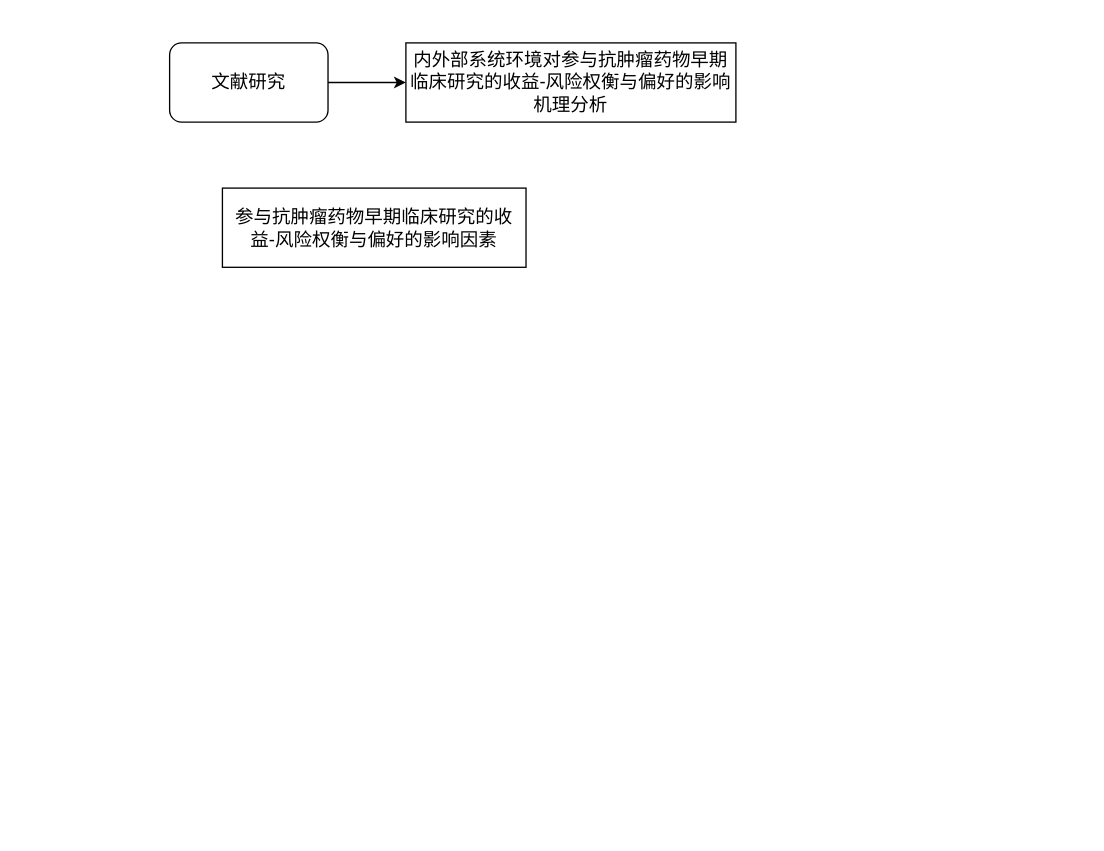
The draw.io diagram 总体流程图.drawio in linger9085/hello-world, before the edit. Source tidied: cells renumbered, new cells numbered last; positions are measured from the earlier drawing's top-left corner, leaving out a move shared by most shapes. Both pictures are drawn from the tidied source at 132%, with x=0, y=0 at pixel (169, 42).
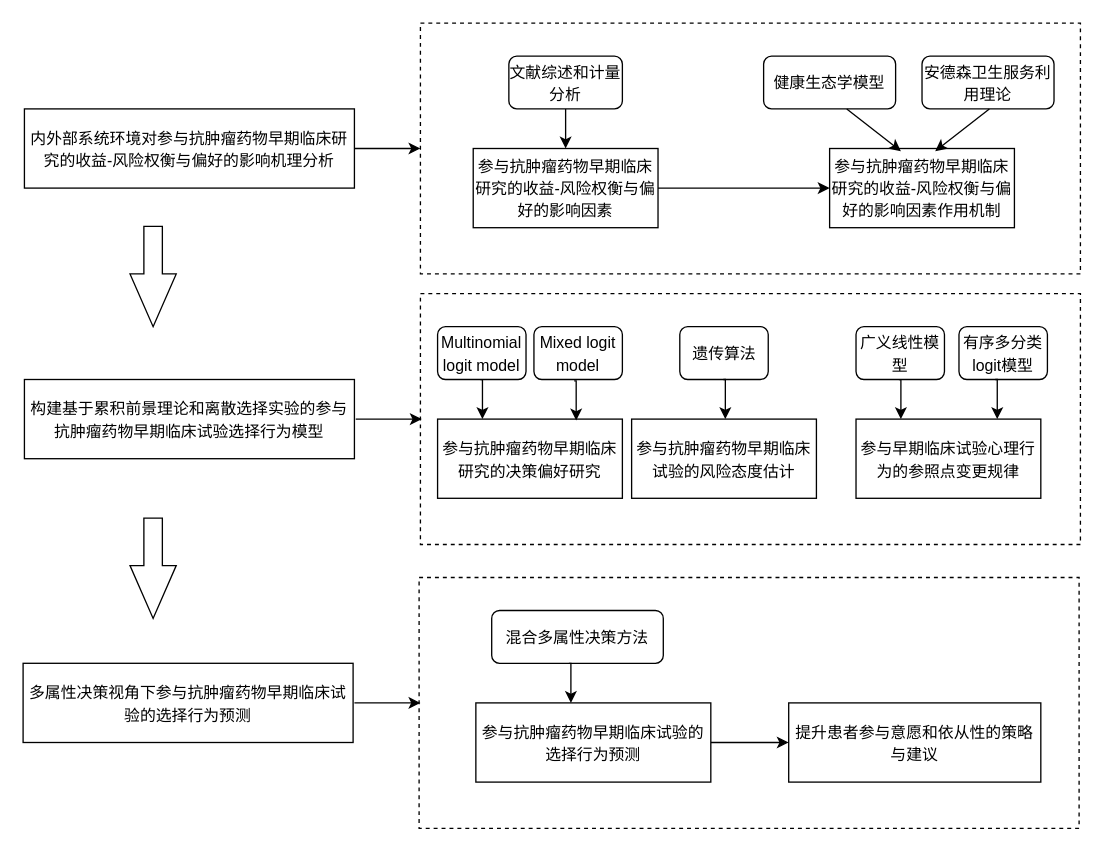
After the change.

Commit message (it also covers changes not shown here):
更新总体流程图.drawio

What changed in the source:
```diff
@@
-    <mxCell id="2" style="edgeStyle=orthogonalEdgeStyle;rounded=0;jettySize=auto;html=1;exitX=1;exitY=0.5;exitDx=0;exitDy=0;entryX=0;entryY=0.5;entryDx=0;entryDy=0;" parent="1" edge="1" source="3" target="4">
-      <mxGeometry relative="1" as="geometry" />
-    </mxCell>
+    <mxCell id="6" style="rounded=0;whiteSpace=wrap;html=1;dashed=1;" parent="1" vertex="1">
+      <mxGeometry x="190" y="190" width="500" height="190" as="geometry" />
+    </mxCell>
+    <mxCell id="7" style="rounded=0;whiteSpace=wrap;html=1;dashed=1;" parent="1" vertex="1">
+      <mxGeometry x="190" y="-15" width="500" height="190" as="geometry" />
+    </mxCell>
+    <mxCell id="8" style="edgeStyle=orthogonalEdgeStyle;rounded=0;jettySize=auto;html=1;" parent="1" edge="1" source="3" target="5">
+      <mxGeometry relative="1" as="geometry" />
+    </mxCell>
-    <mxCell id="3" value="文献研究" style="rounded=1;whiteSpace=wrap;html=1;fontSize=14;" parent="1" vertex="1">
-      <mxGeometry width="120" height="60" as="geometry" />
+    <mxCell id="3" value="&lt;font style=&quot;font-size: 12px;&quot;&gt;文献综述和计量分析&lt;/font&gt;" style="rounded=1;whiteSpace=wrap;html=1;fontSize=14;" parent="1" vertex="1">
+      <mxGeometry x="257" y="10" width="86" height="40" as="geometry" />
     </mxCell>
+    <mxCell id="9" style="edgeStyle=orthogonalEdgeStyle;rounded=0;jettySize=auto;html=1;entryX=0;entryY=0.5;entryDx=0;entryDy=0;" parent="1" edge="1" source="4" target="7">
+      <mxGeometry relative="1" as="geometry" />
+    </mxCell>
-    <mxCell id="4" value="内外部系统环境对参与抗肿瘤药物早期临床研究的收益-风险权衡与偏好的影响机理分析" style="rounded=0;whiteSpace=wrap;html=1;fontSize=14;" parent="1" vertex="1">
-      <mxGeometry x="179" width="250" height="60" as="geometry" />
+    <mxCell id="4" value="&lt;font style=&quot;font-size: 12px;&quot;&gt;内外部系统环境对参与抗肿瘤药物早期临床研究的收益-风险权衡与偏好的影响机理分析&lt;/font&gt;" style="rounded=0;whiteSpace=wrap;html=1;fontSize=14;" parent="1" vertex="1">
+      <mxGeometry x="-110" y="50" width="250" height="60" as="geometry" />
     </mxCell>
+    <mxCell id="10" style="edgeStyle=orthogonalEdgeStyle;rounded=0;jettySize=auto;html=1;entryX=0;entryY=0.5;entryDx=0;entryDy=0;" parent="1" edge="1" source="5" target="11">
+      <mxGeometry relative="1" as="geometry" />
+    </mxCell>
-    <mxCell id="5" value="参与抗肿瘤药物早期临床研究的收益-风险权衡与偏好的影响因素" style="rounded=0;whiteSpace=wrap;html=1;fontSize=14;" parent="1" vertex="1">
-      <mxGeometry x="40" y="110" width="230" height="60" as="geometry" />
+    <mxCell id="5" value="&lt;font style=&quot;font-size: 12px;&quot;&gt;参与抗肿瘤药物早期临床研究的收益-风险权衡与偏好的影响因素&lt;/font&gt;" style="rounded=0;whiteSpace=wrap;html=1;fontSize=14;" parent="1" vertex="1">
+      <mxGeometry x="230" y="80" width="140" height="60" as="geometry" />
     </mxCell>
+    <mxCell id="11" value="&lt;span style=&quot;font-size: 12px;&quot;&gt;参与抗肿瘤药物早期临床研究的收益-风险权衡与偏好的影响因素作用机制&lt;/span&gt;" style="rounded=0;whiteSpace=wrap;html=1;fontSize=14;" parent="1" vertex="1">
+      <mxGeometry x="500" y="80" width="140" height="60" as="geometry" />
+    </mxCell>
+    <mxCell id="12" value="&lt;span style=&quot;font-size: 12px;&quot;&gt;健康生态学模型&lt;/span&gt;" style="rounded=1;whiteSpace=wrap;html=1;fontSize=14;" parent="1" vertex="1">
+      <mxGeometry x="450" y="10" width="100" height="40" as="geometry" />
+    </mxCell>
+    <mxCell id="13" value="&lt;span style=&quot;font-size: 12px;&quot;&gt;安德森卫生服务利用理论&lt;/span&gt;" style="rounded=1;whiteSpace=wrap;html=1;fontSize=14;" parent="1" vertex="1">
+      <mxGeometry x="570" y="10" width="100" height="40" as="geometry" />
+    </mxCell>
+    <mxCell id="14" style="endArrow=classic;html=1;rounded=0;" parent="1" edge="1">
+      <mxGeometry relative="1" as="geometry">
+        <mxPoint x="513" y="50" as="sourcePoint" />
+        <mxPoint x="554" y="82" as="targetPoint" />
+      </mxGeometry>
+    </mxCell>
+    <mxCell id="15" style="endArrow=classic;html=1;rounded=0;" parent="1" edge="1">
+      <mxGeometry relative="1" as="geometry">
+        <mxPoint x="621" y="50" as="sourcePoint" />
+        <mxPoint x="580" y="82" as="targetPoint" />
+      </mxGeometry>
+    </mxCell>
+    <mxCell id="16" style="html=1;shadow=0;dashed=0;align=center;verticalAlign=middle;shape=mxgraph.arrows2.arrow;dy=0.6;dx=40;direction=south;notch=0;" parent="1" vertex="1">
+      <mxGeometry x="-30" y="139" width="35" height="76" as="geometry" />
+    </mxCell>
+    <mxCell id="17" value="&lt;font style=&quot;font-size: 12px;&quot;&gt;构建基于累积前景理论和离散选择实验的参与抗肿瘤药物早期临床试验选择行为模型&lt;/font&gt;" style="rounded=0;whiteSpace=wrap;html=1;fontSize=14;" parent="1" vertex="1">
+      <mxGeometry x="-110" y="255" width="250" height="60" as="geometry" />
+    </mxCell>
+    <mxCell id="18" style="edgeStyle=orthogonalEdgeStyle;rounded=0;orthogonalLoop=1;jettySize=auto;html=1;entryX=0.25;entryY=0;entryDx=0;entryDy=0;" parent="1" edge="1">
+      <mxGeometry relative="1" as="geometry">
+        <mxPoint x="235.5" y="255" as="sourcePoint" />
+        <mxPoint x="237" y="285" as="targetPoint" />
+      </mxGeometry>
+    </mxCell>
+    <mxCell id="19" value="&lt;font style=&quot;font-size: 12px;&quot;&gt;Multinomial logit model&lt;/font&gt;" style="rounded=1;whiteSpace=wrap;html=1;fontSize=14;" parent="1" vertex="1">
+      <mxGeometry x="203" y="215" width="67" height="40" as="geometry" />
+    </mxCell>
+    <mxCell id="20" value="&lt;font style=&quot;font-size: 12px;&quot;&gt;参与抗肿瘤药物早期临床研究的决策偏好研究&lt;/font&gt;" style="rounded=0;whiteSpace=wrap;html=1;fontSize=14;" parent="1" vertex="1">
+      <mxGeometry x="203" y="285" width="140" height="60" as="geometry" />
+    </mxCell>
+    <mxCell id="21" value="&lt;span style=&quot;font-size: 12px;&quot;&gt;参与早期临床试验心理行为的参照点变更规律&lt;/span&gt;" style="rounded=0;whiteSpace=wrap;html=1;fontSize=14;" parent="1" vertex="1">
+      <mxGeometry x="520" y="285" width="140" height="60" as="geometry" />
+    </mxCell>
+    <mxCell id="22" style="edgeStyle=orthogonalEdgeStyle;rounded=0;orthogonalLoop=1;jettySize=auto;html=1;entryX=0;entryY=0.5;entryDx=0;entryDy=0;" parent="1" edge="1">
+      <mxGeometry relative="1" as="geometry">
+        <mxPoint x="141" y="285" as="sourcePoint" />
+        <mxPoint x="191" y="285" as="targetPoint" />
+      </mxGeometry>
+    </mxCell>
+    <mxCell id="23" value="&lt;span style=&quot;font-size: 12px;&quot;&gt;参与抗肿瘤药物早期临床试验的风险态度估计&lt;/span&gt;" style="rounded=0;whiteSpace=wrap;html=1;fontSize=14;" parent="1" vertex="1">
+      <mxGeometry x="350" y="285" width="140" height="60" as="geometry" />
+    </mxCell>
+    <mxCell id="24" value="&lt;font style=&quot;font-size: 12px;&quot;&gt;Mixed logit model&lt;/font&gt;" style="rounded=1;whiteSpace=wrap;html=1;fontSize=14;" parent="1" vertex="1">
+      <mxGeometry x="276" y="215" width="67" height="40" as="geometry" />
+    </mxCell>
+    <mxCell id="25" style="edgeStyle=orthogonalEdgeStyle;rounded=0;orthogonalLoop=1;jettySize=auto;html=1;entryX=0.25;entryY=0;entryDx=0;entryDy=0;" parent="1" edge="1">
+      <mxGeometry relative="1" as="geometry">
+        <mxPoint x="306.5" y="256" as="sourcePoint" />
+        <mxPoint x="308" y="286" as="targetPoint" />
+      </mxGeometry>
+    </mxCell>
+    <mxCell id="26" value="&lt;font style=&quot;font-size: 12px;&quot;&gt;遗传算法&lt;/font&gt;" style="rounded=1;whiteSpace=wrap;html=1;fontSize=14;" parent="1" vertex="1">
+      <mxGeometry x="386.5" y="215" width="67" height="40" as="geometry" />
+    </mxCell>
+    <mxCell id="27" style="edgeStyle=orthogonalEdgeStyle;rounded=0;orthogonalLoop=1;jettySize=auto;html=1;entryX=0.25;entryY=0;entryDx=0;entryDy=0;" parent="1" edge="1">
+      <mxGeometry relative="1" as="geometry">
+        <mxPoint x="419.5" y="255" as="sourcePoint" />
+        <mxPoint x="421" y="285" as="targetPoint" />
+      </mxGeometry>
+    </mxCell>
+    <mxCell id="28" style="edgeStyle=orthogonalEdgeStyle;rounded=0;orthogonalLoop=1;jettySize=auto;html=1;entryX=0.25;entryY=0;entryDx=0;entryDy=0;" parent="1" edge="1">
+      <mxGeometry relative="1" as="geometry">
+        <mxPoint x="552.5" y="255" as="sourcePoint" />
+        <mxPoint x="554" y="285" as="targetPoint" />
+      </mxGeometry>
+    </mxCell>
+    <mxCell id="29" value="&lt;font style=&quot;font-size: 12px;&quot;&gt;广义线性模型&lt;/font&gt;" style="rounded=1;whiteSpace=wrap;html=1;fontSize=14;" parent="1" vertex="1">
+      <mxGeometry x="520" y="215" width="67" height="40" as="geometry" />
+    </mxCell>
+    <mxCell id="30" value="&lt;font style=&quot;font-size: 12px;&quot;&gt;有序多分类logit模型&lt;/font&gt;" style="rounded=1;whiteSpace=wrap;html=1;fontSize=14;" parent="1" vertex="1">
+      <mxGeometry x="598" y="215" width="67" height="40" as="geometry" />
+    </mxCell>
+    <mxCell id="31" style="edgeStyle=orthogonalEdgeStyle;rounded=0;orthogonalLoop=1;jettySize=auto;html=1;entryX=0.25;entryY=0;entryDx=0;entryDy=0;" parent="1" edge="1">
+      <mxGeometry relative="1" as="geometry">
+        <mxPoint x="625.5" y="255" as="sourcePoint" />
+        <mxPoint x="627" y="285" as="targetPoint" />
+      </mxGeometry>
+    </mxCell>
+    <mxCell id="32" style="rounded=0;whiteSpace=wrap;html=1;dashed=1;" parent="1" vertex="1">
+      <mxGeometry x="189" y="405" width="500" height="190" as="geometry" />
+    </mxCell>
+    <mxCell id="33" value="&lt;font style=&quot;font-size: 12px;&quot;&gt;多属性决策视角下参与抗肿瘤药物早期临床试验的选择行为预测&lt;/font&gt;" style="rounded=0;whiteSpace=wrap;html=1;fontSize=14;" parent="1" vertex="1">
+      <mxGeometry x="-111" y="470" width="250" height="60" as="geometry" />
+    </mxCell>
+    <mxCell id="34" style="edgeStyle=orthogonalEdgeStyle;rounded=0;orthogonalLoop=1;jettySize=auto;html=1;entryX=0;entryY=0.5;entryDx=0;entryDy=0;" parent="1" edge="1">
+      <mxGeometry relative="1" as="geometry">
+        <mxPoint x="140" y="500" as="sourcePoint" />
+        <mxPoint x="190" y="500" as="targetPoint" />
+      </mxGeometry>
+    </mxCell>
+    <mxCell id="35" style="edgeStyle=orthogonalEdgeStyle;rounded=0;jettySize=auto;html=1;entryX=0;entryY=0.5;entryDx=0;entryDy=0;" parent="1" edge="1" source="36" target="40">
+      <mxGeometry relative="1" as="geometry" />
+    </mxCell>
+    <mxCell id="36" value="&lt;span style=&quot;font-size: 12px;&quot;&gt;参与抗肿瘤药物早期临床试验的选择行为预测&lt;/span&gt;" style="rounded=0;whiteSpace=wrap;html=1;fontSize=14;" parent="1" vertex="1">
+      <mxGeometry x="232" y="500" width="178" height="60" as="geometry" />
+    </mxCell>
+    <mxCell id="37" value="&lt;font style=&quot;font-size: 12px;&quot;&gt;混合多属性决策方法&lt;/font&gt;" style="rounded=1;whiteSpace=wrap;html=1;fontSize=14;" parent="1" vertex="1">
+      <mxGeometry x="244" y="430" width="130" height="40" as="geometry" />
+    </mxCell>
+    <mxCell id="38" style="edgeStyle=orthogonalEdgeStyle;rounded=0;orthogonalLoop=1;jettySize=auto;html=1;entryX=0.25;entryY=0;entryDx=0;entryDy=0;" parent="1" edge="1">
+      <mxGeometry relative="1" as="geometry">
+        <mxPoint x="302.5" y="470" as="sourcePoint" />
+        <mxPoint x="304" y="500" as="targetPoint" />
+      </mxGeometry>
+    </mxCell>
+    <mxCell id="39" style="html=1;shadow=0;dashed=0;align=center;verticalAlign=middle;shape=mxgraph.arrows2.arrow;dy=0.6;dx=40;direction=south;notch=0;" parent="1" vertex="1">
+      <mxGeometry x="-30" y="360" width="35" height="76" as="geometry" />
+    </mxCell>
+    <mxCell id="40" value="&lt;span style=&quot;font-size: 12px;&quot;&gt;提升患者参与意愿和依从性的策略与建议&lt;/span&gt;" style="rounded=0;whiteSpace=wrap;html=1;fontSize=14;" parent="1" vertex="1">
+      <mxGeometry x="469" y="500" width="191" height="60" as="geometry" />
+    </mxCell>
```
